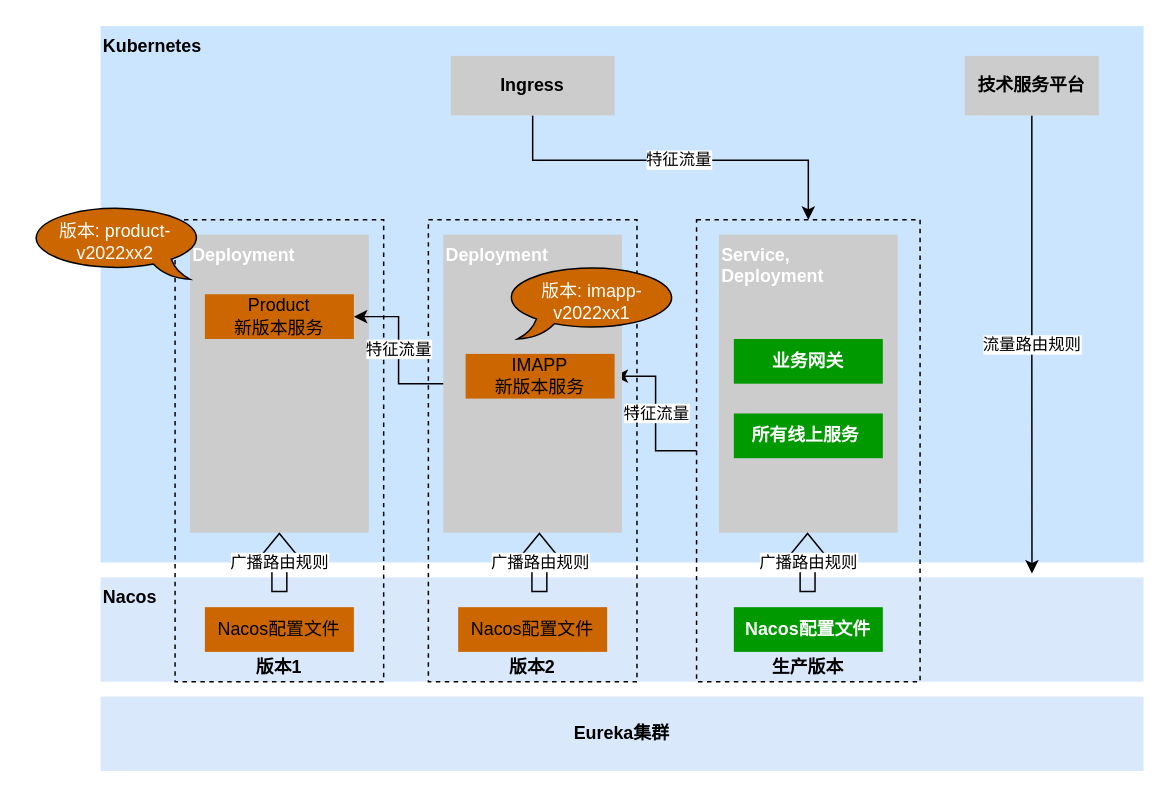
Above: page "第 2 页 的副本" (5 of 5) of im/im-grey.drawio in novayoung/draw (draw.io), before the change. Source tidied: cells renumbered, new cells numbered last; positions are measured from the earlier drawing's top-left corner, leaving out a move shared by most shapes. Both pictures are drawn from the tidied source at 149%, with x=0, y=0 at pixel (25, 25).
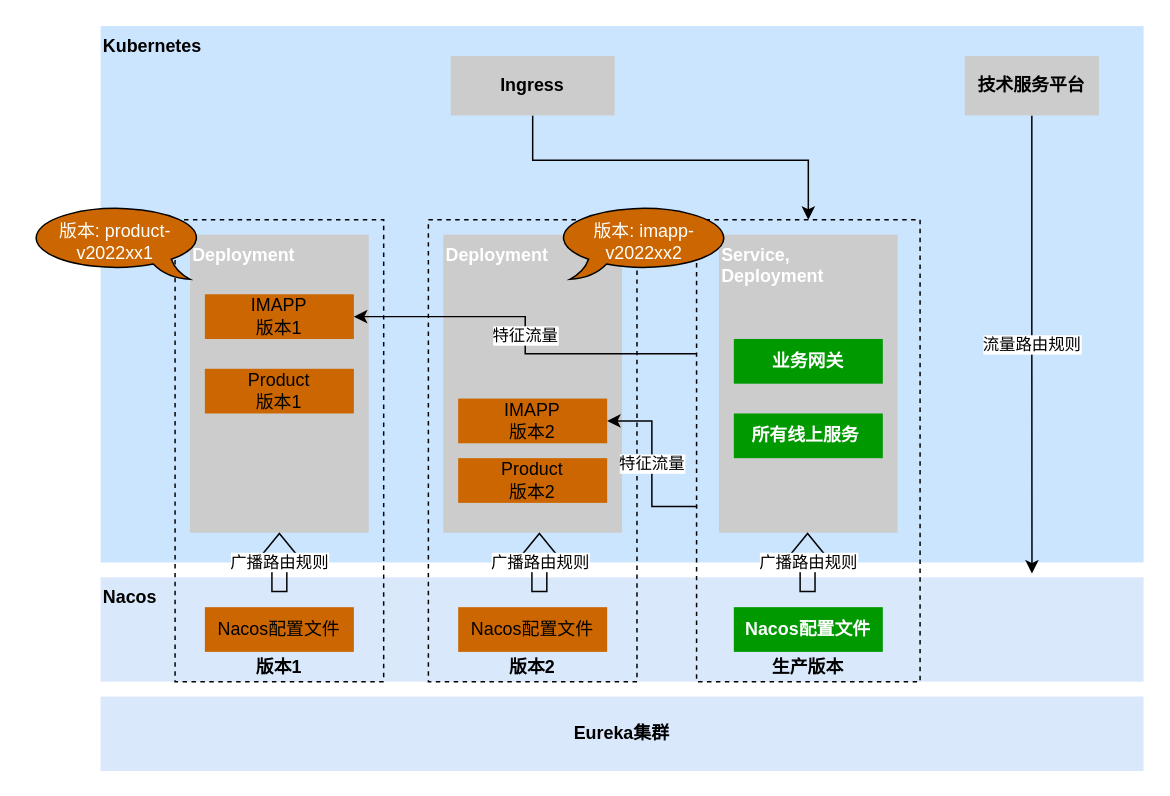
After the change.

The change refers to these unchanged cells:
```xml
<mxCell id="5" value="生产版本" style="rounded=0;whiteSpace=wrap;html=1;fontColor=#000000;fillColor=none;verticalAlign=bottom;dashed=1;fontStyle=1;" parent="1" vertex="1">
  <mxGeometry x="450" y="130" width="150" height="310" as="geometry" />
</mxCell>
<mxCell id="8" value="&lt;b&gt;&lt;font color=&quot;#ffffff&quot;&gt;Deployment&lt;/font&gt;&lt;/b&gt;" style="rounded=0;whiteSpace=wrap;html=1;fillColor=#CCCCCC;strokeColor=none;verticalAlign=top;align=left;" parent="1" vertex="1">
  <mxGeometry x="280" y="140" width="120" height="200" as="geometry" />
</mxCell>
<mxCell id="12" value="Ingress" style="rounded=0;whiteSpace=wrap;html=1;fillColor=#CCCCCC;strokeColor=none;fontStyle=1;" parent="1" vertex="1">
  <mxGeometry x="285" y="20" width="110" height="40" as="geometry" />
</mxCell>
```

The edit, as a diff of the source:
```diff
@@
-    <mxCell id="4" value="特征流量" style="edgeStyle=orthogonalEdgeStyle;rounded=0;jettySize=auto;html=1;" parent="1" edge="1" source="5" target="14">
-      <mxGeometry relative="1" as="geometry" />
-    </mxCell>
@@
-    <mxCell id="11" value="特征流量" style="edgeStyle=orthogonalEdgeStyle;rounded=0;jettySize=auto;html=1;entryX=0.5;entryY=0;entryDx=0;entryDy=0;fontColor=#000000;strokeColor=#000000;exitX=0.5;exitY=1;exitDx=0;exitDy=0;" parent="1" edge="1" source="12" target="5">
+    <mxCell id="11" style="edgeStyle=orthogonalEdgeStyle;rounded=0;jettySize=auto;html=1;entryX=0.5;entryY=0;entryDx=0;entryDy=0;fontColor=#000000;strokeColor=#000000;exitX=0.5;exitY=1;exitDx=0;exitDy=0;" parent="1" edge="1" source="12" target="5">
       <mxGeometry relative="1" as="geometry">
         <Array as="points">
           <mxPoint x="340" y="90" />
           <mxPoint x="525" y="90" />
         </Array>
       </mxGeometry>
     </mxCell>
@@
-    <mxCell id="14" value="IMAPP&lt;br&gt;新版本服务" style="rounded=0;whiteSpace=wrap;html=1;fillColor=#CC6600;strokeColor=none;" parent="1" vertex="1">
-      <mxGeometry x="295" y="220" width="100" height="30" as="geometry" />
+    <mxCell id="14" value="IMAPP&lt;br&gt;版本2" style="rounded=0;whiteSpace=wrap;html=1;fillColor=#CC6600;strokeColor=none;" parent="1" vertex="1">
+      <mxGeometry x="290" y="250" width="100" height="30" as="geometry" />
     </mxCell>
@@
-    <mxCell id="17" value="Product&lt;br&gt;新版本服务" style="rounded=0;whiteSpace=wrap;html=1;fillColor=#CC6600;strokeColor=none;" parent="1" vertex="1">
+    <mxCell id="17" value="IMAPP&lt;br&gt;版本1" style="rounded=0;whiteSpace=wrap;html=1;fillColor=#CC6600;strokeColor=none;" parent="1" vertex="1">
       <mxGeometry x="120" y="180" width="100" height="30" as="geometry" />
     </mxCell>
@@
-    <mxCell id="20" value="版本: imapp-v2022xx1" style="whiteSpace=wrap;html=1;shape=mxgraph.basic.oval_callout;fontColor=#FFFFFF;fillColor=#CC6600;" parent="1" vertex="1">
-      <mxGeometry x="320" y="160" width="120" height="50" as="geometry" />
+    <mxCell id="20" value="版本: imapp-v2022xx2" style="whiteSpace=wrap;html=1;shape=mxgraph.basic.oval_callout;fontColor=#FFFFFF;fillColor=#CC6600;" parent="1" vertex="1">
+      <mxGeometry x="355" y="120" width="120" height="50" as="geometry" />
     </mxCell>
-    <mxCell id="21" value="版本: product-v2022xx2" style="whiteSpace=wrap;html=1;shape=mxgraph.basic.oval_callout;fontColor=#FFFFFF;fillColor=#CC6600;direction=east;flipH=1;" parent="1" vertex="1">
+    <mxCell id="21" value="版本: product-v2022xx1" style="whiteSpace=wrap;html=1;shape=mxgraph.basic.oval_callout;fontColor=#FFFFFF;fillColor=#CC6600;direction=east;flipH=1;" parent="1" vertex="1">
       <mxGeometry y="120" width="120" height="50" as="geometry" />
     </mxCell>
@@
-    <mxCell id="28" value="特征流量" style="edgeStyle=orthogonalEdgeStyle;rounded=0;jettySize=auto;html=1;" parent="1" edge="1" source="8" target="17">
+    <mxCell id="28" value="特征流量" style="edgeStyle=orthogonalEdgeStyle;rounded=0;jettySize=auto;html=1;exitX=0;exitY=0.29;exitDx=0;exitDy=0;exitPerimeter=0;" parent="1" edge="1" source="5" target="17">
       <mxGeometry relative="1" as="geometry" />
     </mxCell>
+    <mxCell id="4" value="特征流量" style="edgeStyle=orthogonalEdgeStyle;rounded=0;jettySize=auto;html=1;exitX=0.003;exitY=0.621;exitDx=0;exitDy=0;exitPerimeter=0;" parent="1" edge="1" source="5" target="14">
+      <mxGeometry relative="1" as="geometry" />
+    </mxCell>
+    <mxCell id="29" value="Product&lt;br&gt;版本2" style="rounded=0;whiteSpace=wrap;html=1;fillColor=#CC6600;strokeColor=none;" parent="1" vertex="1">
+      <mxGeometry x="290" y="290" width="100" height="30" as="geometry" />
+    </mxCell>
+    <mxCell id="30" value="Product&lt;br&gt;版本1" style="rounded=0;whiteSpace=wrap;html=1;fillColor=#CC6600;strokeColor=none;" parent="1" vertex="1">
+      <mxGeometry x="120" y="230" width="100" height="30" as="geometry" />
+    </mxCell>
```
